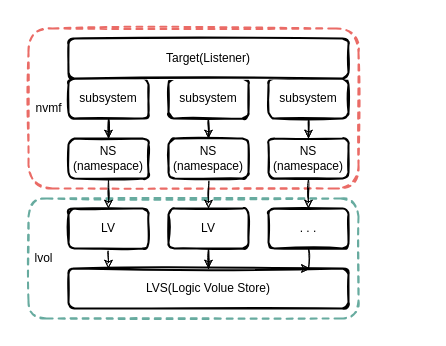
This is spdk/spdk_nvmf.drawio from EarthWind/deeparch, a draw.io file, before an edit. Source tidied: cells renumbered, new cells numbered last; positions are measured from the earlier drawing's top-left corner, leaving out a move shared by most shapes. Both pictures are drawn from the tidied source at 100%, with x=0, y=0 at pixel (28, 28).
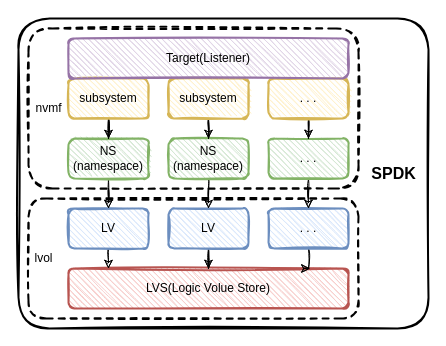
The same page after the edit.

What changed in the source:
```diff
@@
+    <mxCell id="26" style="rounded=1;whiteSpace=wrap;html=1;strokeWidth=2;fillWeight=1;hachureGap=4;hachureAngle=45;sketch=1;strokeColor=#000000;arcSize=10;" parent="1" vertex="1">
+      <mxGeometry x="-10" y="-10" width="410" height="310" as="geometry" />
+    </mxCell>
-    <mxCell id="2" style="rounded=1;whiteSpace=wrap;html=1;strokeWidth=2;fillWeight=1;hachureGap=4;hachureAngle=45;sketch=1;strokeColor=#EA6B66;dashed=1;" parent="1" vertex="1">
+    <mxCell id="2" style="rounded=1;whiteSpace=wrap;html=1;strokeWidth=2;fillWeight=1;hachureGap=4;hachureAngle=45;sketch=1;strokeColor=#000000;dashed=1;" parent="1" vertex="1">
       <mxGeometry width="330" height="160" as="geometry" />
     </mxCell>
-    <mxCell id="3" style="rounded=1;whiteSpace=wrap;html=1;strokeWidth=2;fillWeight=1;hachureGap=4;hachureAngle=45;sketch=1;strokeColor=#67AB9F;dashed=1;" parent="1" vertex="1">
+    <mxCell id="3" style="rounded=1;whiteSpace=wrap;html=1;strokeWidth=2;fillWeight=1;hachureGap=4;hachureAngle=45;sketch=1;strokeColor=#000000;dashed=1;" parent="1" vertex="1">
       <mxGeometry y="170" width="330" height="120" as="geometry" />
     </mxCell>
-    <mxCell id="4" value="LVS(Logic Volue Store)" style="rounded=1;whiteSpace=wrap;html=1;strokeWidth=2;fillWeight=4;hachureGap=8;hachureAngle=45;fillColor=default;sketch=1;" parent="1" vertex="1">
+    <mxCell id="4" value="LVS(Logic Volue Store)" style="rounded=1;whiteSpace=wrap;html=1;strokeWidth=2;fillWeight=1;hachureGap=4;hachureAngle=45;fillColor=#f8cecc;sketch=1;strokeColor=#b85450;" parent="1" vertex="1">
       <mxGeometry x="40" y="240" width="280" height="40" as="geometry" />
     </mxCell>
@@
-    <mxCell id="6" value="LV" style="rounded=1;whiteSpace=wrap;html=1;strokeWidth=2;fillWeight=1;hachureGap=4;hachureAngle=45;sketch=1;" parent="1" vertex="1">
+    <mxCell id="6" value="LV" style="rounded=1;whiteSpace=wrap;html=1;strokeWidth=2;fillWeight=1;hachureGap=4;hachureAngle=45;sketch=1;fillColor=#dae8fc;strokeColor=#6c8ebf;" parent="1" vertex="1">
       <mxGeometry x="40" y="180" width="80" height="40" as="geometry" />
     </mxCell>
@@
-    <mxCell id="8" value="LV" style="rounded=1;whiteSpace=wrap;html=1;strokeWidth=2;fillWeight=1;hachureGap=4;hachureAngle=45;sketch=1;" parent="1" vertex="1">
+    <mxCell id="8" value="LV" style="rounded=1;whiteSpace=wrap;html=1;strokeWidth=2;fillWeight=1;hachureGap=4;hachureAngle=45;sketch=1;fillColor=#dae8fc;strokeColor=#6c8ebf;" parent="1" vertex="1">
       <mxGeometry x="140" y="180" width="80" height="40" as="geometry" />
     </mxCell>
@@
-    <mxCell id="10" value=". . ." style="rounded=1;whiteSpace=wrap;html=1;strokeWidth=2;fillWeight=1;hachureGap=4;hachureAngle=45;sketch=1;" parent="1" vertex="1">
+    <mxCell id="10" value=". . ." style="rounded=1;whiteSpace=wrap;html=1;strokeWidth=2;fillWeight=1;hachureGap=4;hachureAngle=45;sketch=1;fillColor=#dae8fc;strokeColor=#6c8ebf;" parent="1" vertex="1">
       <mxGeometry x="240" y="180" width="80" height="40" as="geometry" />
     </mxCell>
@@
-    <mxCell id="12" value="NS&lt;br&gt;(namespace)" style="rounded=1;whiteSpace=wrap;html=1;strokeWidth=2;fillWeight=1;hachureGap=4;hachureAngle=45;sketch=1;" parent="1" vertex="1">
+    <mxCell id="12" value="NS&lt;br&gt;(namespace)" style="rounded=1;whiteSpace=wrap;html=1;strokeWidth=2;fillWeight=1;hachureGap=4;hachureAngle=45;sketch=1;fillColor=#d5e8d4;strokeColor=#82b366;" parent="1" vertex="1">
       <mxGeometry x="40" y="110" width="80" height="40" as="geometry" />
     </mxCell>
@@
-    <mxCell id="14" value="NS&lt;br&gt;(namespace)" style="rounded=1;whiteSpace=wrap;html=1;strokeWidth=2;fillWeight=1;hachureGap=4;hachureAngle=45;sketch=1;" parent="1" vertex="1">
+    <mxCell id="14" value="NS&lt;br&gt;(namespace)" style="rounded=1;whiteSpace=wrap;html=1;strokeWidth=2;fillWeight=1;hachureGap=4;hachureAngle=45;sketch=1;fillColor=#d5e8d4;strokeColor=#82b366;" parent="1" vertex="1">
       <mxGeometry x="140" y="110" width="80" height="40" as="geometry" />
     </mxCell>
@@
-    <mxCell id="16" value="NS&lt;br&gt;(namespace)" style="rounded=1;whiteSpace=wrap;html=1;strokeWidth=2;fillWeight=1;hachureGap=4;hachureAngle=45;sketch=1;" parent="1" vertex="1">
+    <mxCell id="16" value=". . ." style="rounded=1;whiteSpace=wrap;html=1;strokeWidth=2;fillWeight=1;hachureGap=4;hachureAngle=45;sketch=1;fillColor=#d5e8d4;strokeColor=#82b366;" parent="1" vertex="1">
       <mxGeometry x="240" y="110" width="80" height="40" as="geometry" />
     </mxCell>
@@
-    <mxCell id="18" value="subsystem" style="rounded=1;whiteSpace=wrap;html=1;strokeWidth=2;fillWeight=1;hachureGap=4;hachureAngle=45;sketch=1;" parent="1" vertex="1">
+    <mxCell id="18" value="subsystem" style="rounded=1;whiteSpace=wrap;html=1;strokeWidth=2;fillWeight=1;hachureGap=4;hachureAngle=45;sketch=1;fillColor=#fff2cc;strokeColor=#d6b656;" parent="1" vertex="1">
       <mxGeometry x="40" y="50" width="80" height="40" as="geometry" />
     </mxCell>
@@
-    <mxCell id="20" value="subsystem" style="rounded=1;whiteSpace=wrap;html=1;strokeWidth=2;fillWeight=1;hachureGap=4;hachureAngle=45;sketch=1;" parent="1" vertex="1">
+    <mxCell id="20" value="subsystem" style="rounded=1;whiteSpace=wrap;html=1;strokeWidth=2;fillWeight=1;hachureGap=4;hachureAngle=45;sketch=1;fillColor=#fff2cc;strokeColor=#d6b656;" parent="1" vertex="1">
       <mxGeometry x="140" y="50" width="80" height="40" as="geometry" />
     </mxCell>
@@
-    <mxCell id="22" value="subsystem" style="rounded=1;whiteSpace=wrap;html=1;strokeWidth=2;fillWeight=1;hachureGap=4;hachureAngle=45;sketch=1;" parent="1" vertex="1">
+    <mxCell id="22" value=". . ." style="rounded=1;whiteSpace=wrap;html=1;strokeWidth=2;fillWeight=1;hachureGap=4;hachureAngle=45;sketch=1;fillColor=#fff2cc;strokeColor=#d6b656;" parent="1" vertex="1">
       <mxGeometry x="240" y="50" width="80" height="40" as="geometry" />
     </mxCell>
-    <mxCell id="23" value="Target(Listener)" style="rounded=1;whiteSpace=wrap;html=1;strokeWidth=2;fillWeight=1;hachureGap=4;hachureAngle=45;sketch=1;" parent="1" vertex="1">
+    <mxCell id="23" value="Target(Listener)" style="rounded=1;whiteSpace=wrap;html=1;strokeWidth=2;fillWeight=1;hachureGap=4;hachureAngle=45;sketch=1;fillColor=#e1d5e7;strokeColor=#9673a6;" parent="1" vertex="1">
       <mxGeometry x="40" y="10" width="280" height="40" as="geometry" />
     </mxCell>
@@
+    <mxCell id="27" value="SPDK" style="text;html=1;align=center;verticalAlign=middle;strokeColor=none;fillColor=none;fontSize=16;fontStyle=1;" parent="1" vertex="1">
+      <mxGeometry x="335" y="135" width="60" height="20" as="geometry" />
+    </mxCell>
```
